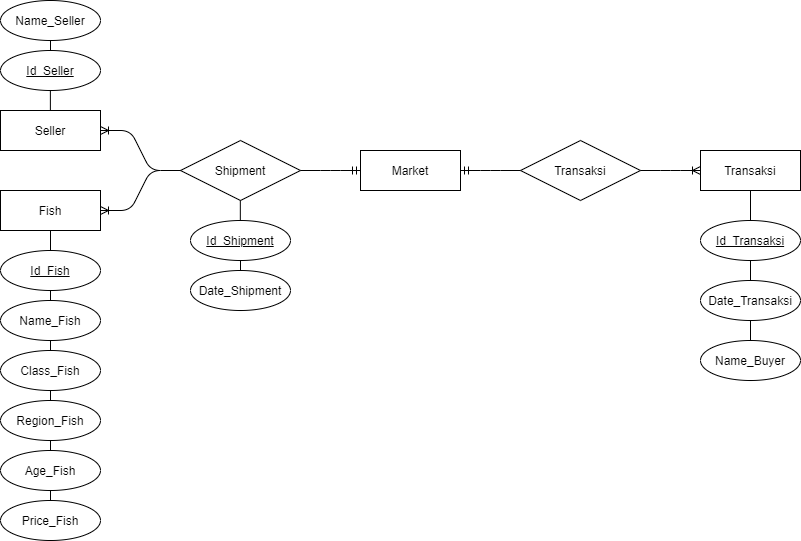
This is ERD/ERD sementara.png from praktikum-tiunpad-2021/proyek-web-ikan-dewa, a draw.io export, as it was before one commit. Source tidied: cells renumbered, new cells last; positions are measured from the earlier drawing's top-left corner, leaving out a move shared by most shapes.
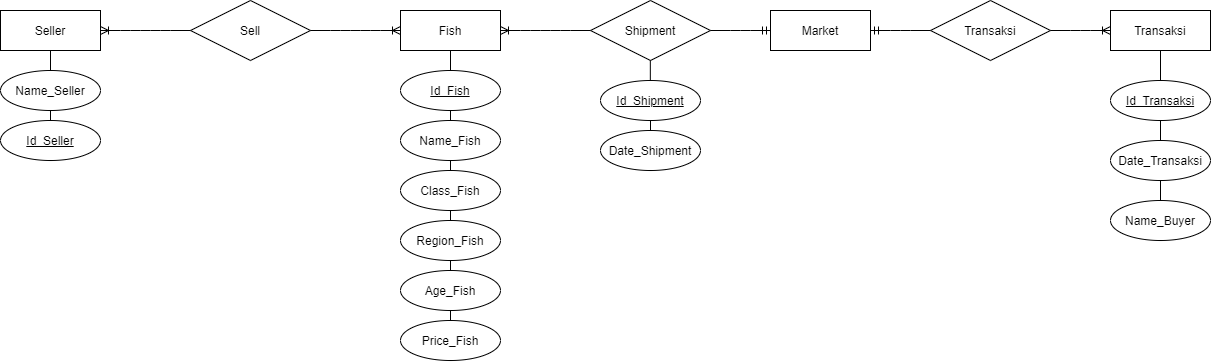
After the commit.

What changed in the source:
```diff
@@ -3,31 +3,31 @@
     <mxCell id="0" />
     <mxCell id="1" parent="0" />
     <mxCell id="2" value="Seller" style="whiteSpace=wrap;html=1;align=center;" parent="1" vertex="1">
-      <mxGeometry y="110" width="100" height="40" as="geometry" />
+      <mxGeometry x="-410" y="150" width="100" height="40" as="geometry" />
     </mxCell>
     <mxCell id="3" value="Fish" style="whiteSpace=wrap;html=1;align=center;" parent="1" vertex="1">
-      <mxGeometry y="190" width="100" height="40" as="geometry" />
+      <mxGeometry x="-10" y="150" width="100" height="40" as="geometry" />
     </mxCell>
     <mxCell id="4" value="Id_Seller" style="ellipse;whiteSpace=wrap;html=1;align=center;fontStyle=4;" parent="1" vertex="1">
-      <mxGeometry y="50" width="100" height="40" as="geometry" />
+      <mxGeometry x="-410" y="260" width="100" height="40" as="geometry" />
     </mxCell>
     <mxCell id="5" value="Name_Seller" style="ellipse;whiteSpace=wrap;html=1;align=center;" parent="1" vertex="1">
-      <mxGeometry width="100" height="40" as="geometry" />
+      <mxGeometry x="-410" y="210" width="100" height="40" as="geometry" />
     </mxCell>
     <mxCell id="6" value="Id_Fish" style="ellipse;whiteSpace=wrap;html=1;align=center;fontStyle=4;" parent="1" vertex="1">
-      <mxGeometry y="250" width="100" height="40" as="geometry" />
+      <mxGeometry x="-10" y="210" width="100" height="40" as="geometry" />
     </mxCell>
     <mxCell id="7" value="Name_Fish" style="ellipse;whiteSpace=wrap;html=1;align=center;" parent="1" vertex="1">
-      <mxGeometry y="300" width="100" height="40" as="geometry" />
+      <mxGeometry x="-10" y="260" width="100" height="40" as="geometry" />
     </mxCell>
     <mxCell id="8" value="Class_Fish" style="ellipse;whiteSpace=wrap;html=1;align=center;" parent="1" vertex="1">
-      <mxGeometry y="350" width="100" height="40" as="geometry" />
+      <mxGeometry x="-10" y="310" width="100" height="40" as="geometry" />
     </mxCell>
     <mxCell id="9" value="Region_Fish" style="ellipse;whiteSpace=wrap;html=1;align=center;" parent="1" vertex="1">
-      <mxGeometry y="400" width="100" height="40" as="geometry" />
+      <mxGeometry x="-10" y="360" width="100" height="40" as="geometry" />
     </mxCell>
     <mxCell id="10" value="Age_Fish" style="ellipse;whiteSpace=wrap;html=1;align=center;" parent="1" vertex="1">
-      <mxGeometry y="450" width="100" height="40" as="geometry" />
+      <mxGeometry x="-10" y="410" width="100" height="40" as="geometry" />
     </mxCell>
     <mxCell id="11" value="Shipment" style="shape=rhombus;perimeter=rhombusPerimeter;whiteSpace=wrap;html=1;align=center;" parent="1" vertex="1">
       <mxGeometry x="180" y="140" width="120" height="60" as="geometry" />
@@ -35,9 +35,6 @@
     <mxCell id="12" style="edgeStyle=entityRelationEdgeStyle;fontSize=12;html=1;endArrow=ERoneToMany;entryX=1;entryY=0.5;entryDx=0;entryDy=0;exitX=0;exitY=0.5;exitDx=0;exitDy=0;" parent="1" edge="1" source="11" target="3">
       <mxGeometry relative="1" as="geometry" />
     </mxCell>
-    <mxCell id="13" style="edgeStyle=entityRelationEdgeStyle;fontSize=12;html=1;endArrow=ERoneToMany;entryX=1;entryY=0.5;entryDx=0;entryDy=0;exitX=0;exitY=0.5;exitDx=0;exitDy=0;" parent="1" edge="1" source="11" target="2">
-      <mxGeometry relative="1" as="geometry" />
-    </mxCell>
     <mxCell id="14" value="Market" style="whiteSpace=wrap;html=1;align=center;" parent="1" vertex="1">
       <mxGeometry x="360" y="150" width="100" height="40" as="geometry" />
     </mxCell>
@@ -62,11 +59,8 @@
     <mxCell id="21" style="endArrow=none;html=1;rounded=0;exitX=0.5;exitY=1;exitDx=0;exitDy=0;entryX=0.5;entryY=0;entryDx=0;entryDy=0;" parent="1" edge="1" source="9" target="10">
       <mxGeometry relative="1" as="geometry" />
     </mxCell>
-    <mxCell id="22" style="endArrow=none;html=1;rounded=0;exitX=0.5;exitY=1;exitDx=0;exitDy=0;entryX=0.5;entryY=0;entryDx=0;entryDy=0;" parent="1" edge="1">
-      <mxGeometry relative="1" as="geometry">
-        <mxPoint x="49.9" y="90" as="sourcePoint" />
-        <mxPoint x="49.9" y="110" as="targetPoint" />
-      </mxGeometry>
+    <mxCell id="22" style="endArrow=none;html=1;rounded=0;entryX=0.5;entryY=1;entryDx=0;entryDy=0;exitX=0.5;exitY=0;exitDx=0;exitDy=0;" parent="1" edge="1" source="5" target="2">
+      <mxGeometry relative="1" as="geometry" />
     </mxCell>
     <mxCell id="23" style="endArrow=none;html=1;rounded=0;entryX=0.5;entryY=0;entryDx=0;entryDy=0;exitX=0.5;exitY=1;exitDx=0;exitDy=0;" parent="1" edge="1" source="5" target="4">
       <mxGeometry relative="1" as="geometry" />
@@ -84,7 +78,7 @@
       <mxGeometry relative="1" as="geometry" />
     </mxCell>
     <mxCell id="27" value="Price_Fish" style="ellipse;whiteSpace=wrap;html=1;align=center;" parent="1" vertex="1">
-      <mxGeometry y="500" width="100" height="40" as="geometry" />
+      <mxGeometry x="-10" y="460" width="100" height="40" as="geometry" />
     </mxCell>
     <mxCell id="28" style="endArrow=none;html=1;rounded=0;exitX=0.5;exitY=1;exitDx=0;exitDy=0;entryX=0.5;entryY=0;entryDx=0;entryDy=0;" parent="1" edge="1" source="10" target="27">
       <mxGeometry relative="1" as="geometry" />
@@ -119,5 +113,14 @@
     <mxCell id="38" style="endArrow=none;html=1;rounded=0;exitX=0.5;exitY=1;exitDx=0;exitDy=0;entryX=0.5;entryY=0;entryDx=0;entryDy=0;" parent="1" edge="1" source="34" target="35">
       <mxGeometry relative="1" as="geometry" />
     </mxCell>
+    <mxCell id="39" value="Sell" style="shape=rhombus;perimeter=rhombusPerimeter;whiteSpace=wrap;html=1;align=center;" parent="1" vertex="1">
+      <mxGeometry x="-220" y="140" width="120" height="60" as="geometry" />
+    </mxCell>
+    <mxCell id="40" style="edgeStyle=entityRelationEdgeStyle;fontSize=12;html=1;endArrow=ERoneToMany;entryX=1;entryY=0.5;entryDx=0;entryDy=0;exitX=0;exitY=0.5;exitDx=0;exitDy=0;" parent="1" edge="1" source="39" target="2">
+      <mxGeometry relative="1" as="geometry" />
+    </mxCell>
+    <mxCell id="41" style="edgeStyle=entityRelationEdgeStyle;fontSize=12;html=1;endArrow=ERoneToMany;entryX=0;entryY=0.5;entryDx=0;entryDy=0;" parent="1" edge="1" source="39" target="3">
+      <mxGeometry relative="1" as="geometry" />
+    </mxCell>
   </root>
 </mxGraphModel>
```
